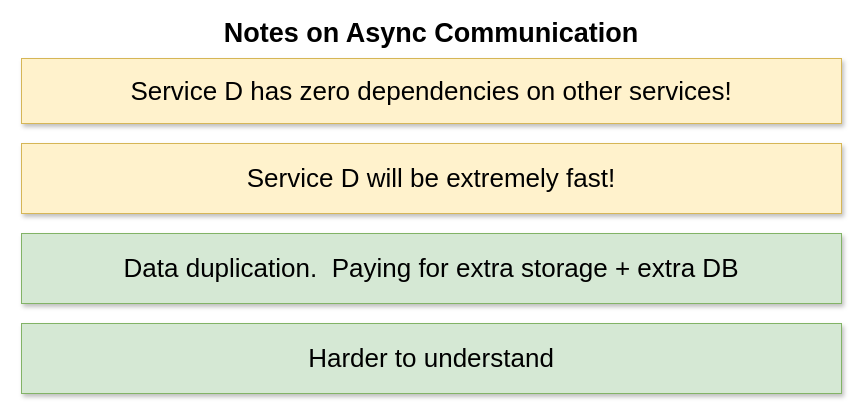
This is page "13 - async" (15 of 16) of diagrams/01/03.drawio from HappySuzuki/microservices-cast, a draw.io file, before an edit. Source tidied: cells renumbered, new cells numbered last; positions are measured from the earlier drawing's top-left corner, leaving out a move shared by most shapes. Both pictures are drawn from the tidied source at 100%, with x=0, y=0 at pixel (21, 23).
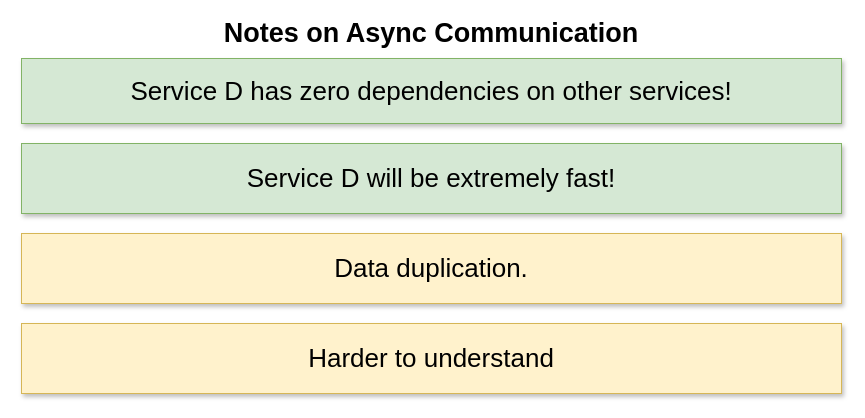
The same page after the edit.

Diff of the diagram source:
```diff
@@
 <mxGraphModel>
   <root>
     <mxCell id="0" />
     <mxCell id="1" parent="0" />
-    <mxCell id="2" value="Service D has zero dependencies on other services!" style="rounded=0;whiteSpace=wrap;html=1;fontSize=26;shadow=1;fillColor=#fff2cc;strokeColor=#d6b656;" parent="1" vertex="1">
+    <mxCell id="2" value="Service D has zero dependencies on other services!" style="rounded=0;whiteSpace=wrap;html=1;fontSize=26;shadow=1;fillColor=#d5e8d4;strokeColor=#82b366;" parent="1" vertex="1">
       <mxGeometry y="35" width="820" height="65" as="geometry" />
     </mxCell>
-    <mxCell id="3" value="Service D will be extremely fast!" style="rounded=0;whiteSpace=wrap;html=1;fontSize=26;shadow=1;fillColor=#fff2cc;strokeColor=#d6b656;" parent="1" vertex="1">
+    <mxCell id="3" value="Service D will be extremely fast!" style="rounded=0;whiteSpace=wrap;html=1;fontSize=26;shadow=1;fillColor=#d5e8d4;strokeColor=#82b366;" parent="1" vertex="1">
       <mxGeometry y="120" width="820" height="70" as="geometry" />
     </mxCell>
     <mxCell id="4" value="Notes on Async Communication" style="text;html=1;strokeColor=none;fillColor=none;align=center;verticalAlign=middle;whiteSpace=wrap;rounded=0;fontSize=27;fontStyle=1;" parent="1" vertex="1">
       <mxGeometry x="80" width="660" height="20" as="geometry" />
     </mxCell>
-    <mxCell id="5" value="Data duplication.&amp;nbsp; Paying for extra storage + extra DB" style="rounded=0;whiteSpace=wrap;html=1;fontSize=26;shadow=1;fillColor=#d5e8d4;strokeColor=#82b366;" parent="1" vertex="1">
+    <mxCell id="5" value="Data duplication." style="rounded=0;whiteSpace=wrap;html=1;fontSize=26;shadow=1;fillColor=#fff2cc;strokeColor=#d6b656;" parent="1" vertex="1">
       <mxGeometry y="210" width="820" height="70" as="geometry" />
     </mxCell>
-    <mxCell id="6" value="Harder to understand" style="rounded=0;whiteSpace=wrap;html=1;fontSize=26;shadow=1;fillColor=#d5e8d4;strokeColor=#82b366;" parent="1" vertex="1">
+    <mxCell id="6" value="Harder to understand" style="rounded=0;whiteSpace=wrap;html=1;fontSize=26;shadow=1;fillColor=#fff2cc;strokeColor=#d6b656;" parent="1" vertex="1">
       <mxGeometry y="300" width="820" height="70" as="geometry" />
     </mxCell>
   </root>
 </mxGraphModel>
```
